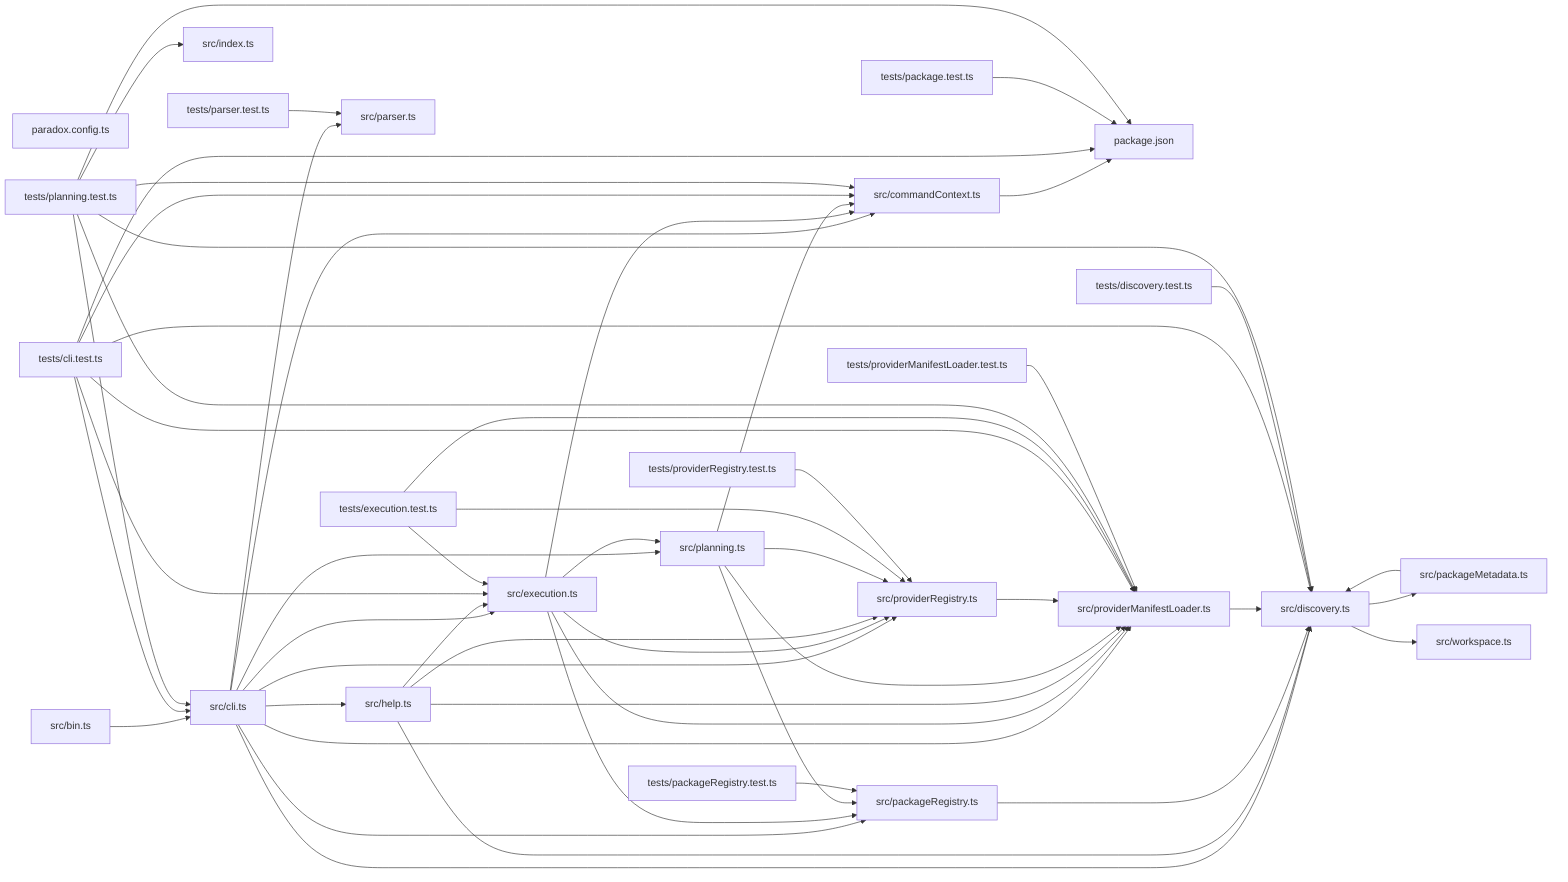
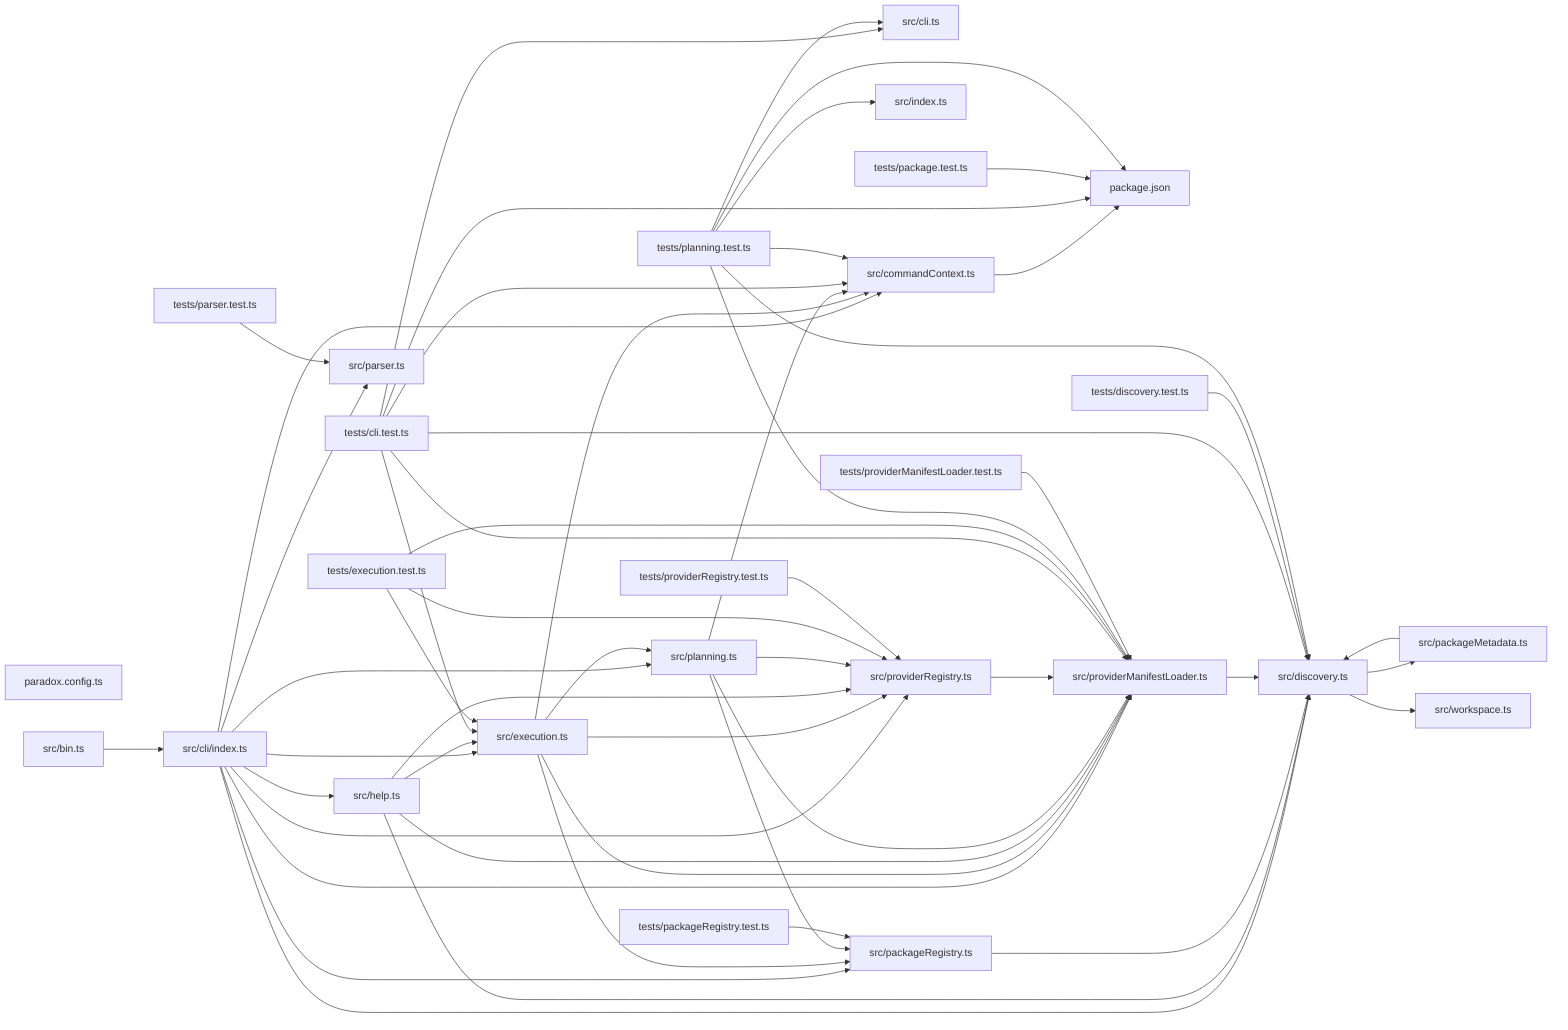
graph LR
  module_package_json["package.json"]
  module_paradox_config_ts["paradox.config.ts"]
  module_src_bin_ts["src/bin.ts"]
  module_src_cli_ts["src/cli.ts"]
+   module_src_cli_index_ts["src/cli/index.ts"]
  module_src_commandContext_ts["src/commandContext.ts"]
  module_src_discovery_ts["src/discovery.ts"]
  module_src_execution_ts["src/execution.ts"]
  module_src_help_ts["src/help.ts"]
  module_src_index_ts["src/index.ts"]
  module_src_packageMetadata_ts["src/packageMetadata.ts"]
  module_src_packageRegistry_ts["src/packageRegistry.ts"]
  module_src_parser_ts["src/parser.ts"]
  module_src_planning_ts["src/planning.ts"]
  module_src_providerManifestLoader_ts["src/providerManifestLoader.ts"]
  module_src_providerRegistry_ts["src/providerRegistry.ts"]
  module_src_workspace_ts["src/workspace.ts"]
  module_tests_cli_test_ts["tests/cli.test.ts"]
  module_tests_discovery_test_ts["tests/discovery.test.ts"]
  module_tests_execution_test_ts["tests/execution.test.ts"]
  module_tests_package_test_ts["tests/package.test.ts"]
  module_tests_packageRegistry_test_ts["tests/packageRegistry.test.ts"]
  module_tests_parser_test_ts["tests/parser.test.ts"]
  module_tests_planning_test_ts["tests/planning.test.ts"]
  module_tests_providerManifestLoader_test_ts["tests/providerManifestLoader.test.ts"]
  module_tests_providerRegistry_test_ts["tests/providerRegistry.test.ts"]
-   module_src_bin_ts --> module_src_cli_ts
-   module_src_cli_ts --> module_src_commandContext_ts
-   module_src_cli_ts --> module_src_discovery_ts
-   module_src_cli_ts --> module_src_execution_ts
-   module_src_cli_ts --> module_src_help_ts
-   module_src_cli_ts --> module_src_packageRegistry_ts
-   module_src_cli_ts --> module_src_parser_ts
-   module_src_cli_ts --> module_src_planning_ts
-   module_src_cli_ts --> module_src_providerManifestLoader_ts
-   module_src_cli_ts --> module_src_providerRegistry_ts
+   module_src_bin_ts --> module_src_cli_index_ts
+   module_src_cli_index_ts --> module_src_commandContext_ts
+   module_src_cli_index_ts --> module_src_discovery_ts
+   module_src_cli_index_ts --> module_src_execution_ts
+   module_src_cli_index_ts --> module_src_help_ts
+   module_src_cli_index_ts --> module_src_packageRegistry_ts
+   module_src_cli_index_ts --> module_src_parser_ts
+   module_src_cli_index_ts --> module_src_planning_ts
+   module_src_cli_index_ts --> module_src_providerManifestLoader_ts
+   module_src_cli_index_ts --> module_src_providerRegistry_ts
  module_src_commandContext_ts --> module_package_json
  module_src_discovery_ts --> module_src_packageMetadata_ts
  module_src_discovery_ts --> module_src_workspace_ts
  module_src_execution_ts --> module_src_commandContext_ts
  module_src_execution_ts --> module_src_packageRegistry_ts
  module_src_execution_ts --> module_src_planning_ts
  module_src_execution_ts --> module_src_providerManifestLoader_ts
  module_src_execution_ts --> module_src_providerRegistry_ts
  module_src_help_ts --> module_src_discovery_ts
  module_src_help_ts --> module_src_execution_ts
  module_src_help_ts --> module_src_providerManifestLoader_ts
  module_src_help_ts --> module_src_providerRegistry_ts
  module_src_packageMetadata_ts --> module_src_discovery_ts
  module_src_packageRegistry_ts --> module_src_discovery_ts
  module_src_planning_ts --> module_src_commandContext_ts
  module_src_planning_ts --> module_src_packageRegistry_ts
  module_src_planning_ts --> module_src_providerManifestLoader_ts
  module_src_planning_ts --> module_src_providerRegistry_ts
  module_src_providerManifestLoader_ts --> module_src_discovery_ts
  module_src_providerRegistry_ts --> module_src_providerManifestLoader_ts
  module_tests_cli_test_ts --> module_package_json
  module_tests_cli_test_ts --> module_src_cli_ts
  module_tests_cli_test_ts --> module_src_commandContext_ts
  module_tests_cli_test_ts --> module_src_discovery_ts
  module_tests_cli_test_ts --> module_src_execution_ts
  module_tests_cli_test_ts --> module_src_providerManifestLoader_ts
  module_tests_discovery_test_ts --> module_src_discovery_ts
  module_tests_execution_test_ts --> module_src_execution_ts
  module_tests_execution_test_ts --> module_src_providerManifestLoader_ts
  module_tests_execution_test_ts --> module_src_providerRegistry_ts
  module_tests_package_test_ts --> module_package_json
  module_tests_packageRegistry_test_ts --> module_src_packageRegistry_ts
  module_tests_parser_test_ts --> module_src_parser_ts
  module_tests_planning_test_ts --> module_package_json
  module_tests_planning_test_ts --> module_src_cli_ts
  module_tests_planning_test_ts --> module_src_commandContext_ts
  module_tests_planning_test_ts --> module_src_discovery_ts
  module_tests_planning_test_ts --> module_src_index_ts
  module_tests_planning_test_ts --> module_src_providerManifestLoader_ts
  module_tests_providerManifestLoader_test_ts --> module_src_providerManifestLoader_ts
  module_tests_providerRegistry_test_ts --> module_src_providerRegistry_ts
